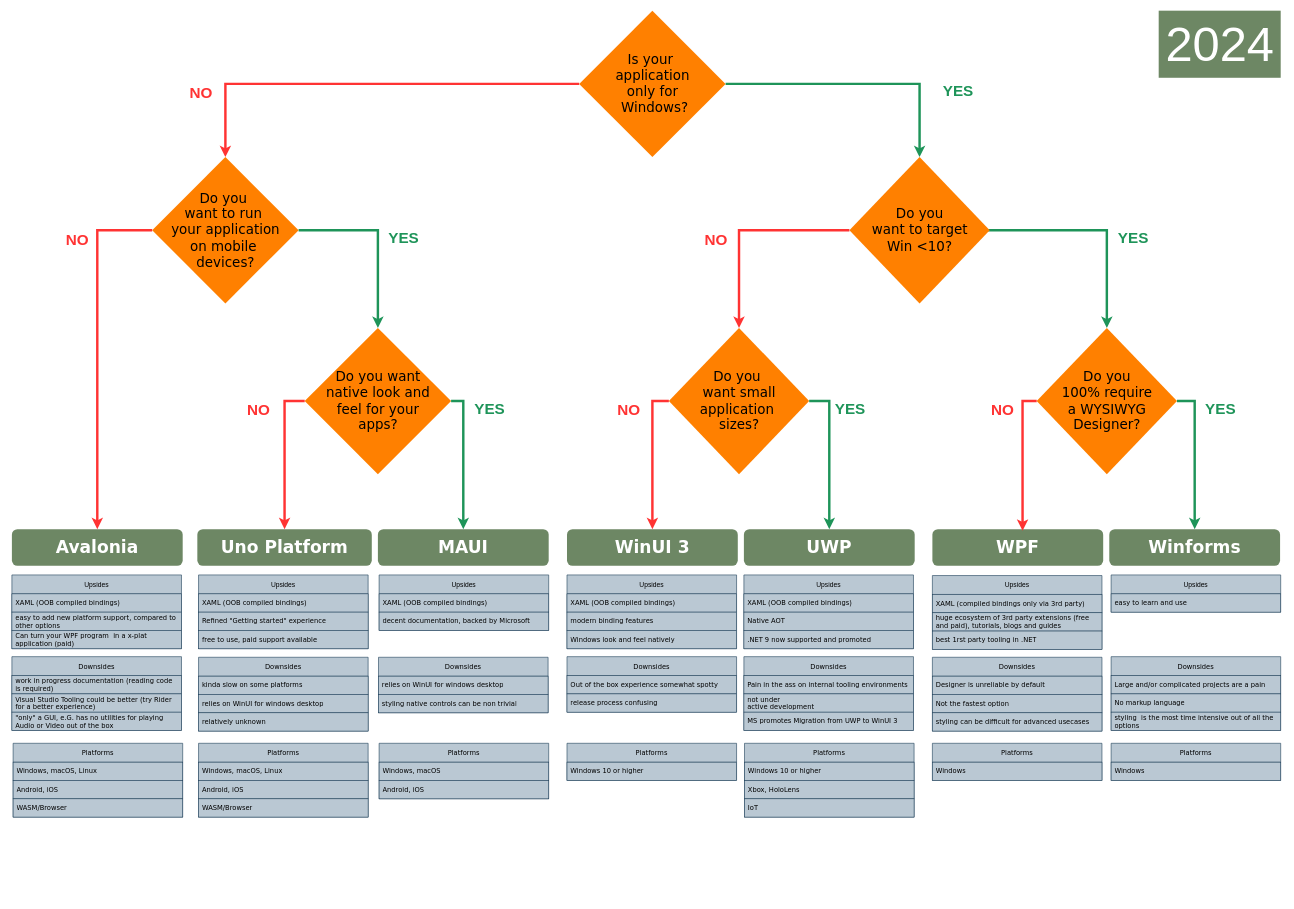
This is .net-gui-overview.drawio from Insire/diagrams, a draw.io file, before an edit. Source tidied: cells renumbered, new cells numbered last; positions are measured from the earlier drawing's top-left corner, leaving out a move shared by most shapes. Both pictures are drawn from the tidied source at 61%, with x=0, y=0 at pixel (12, 10).
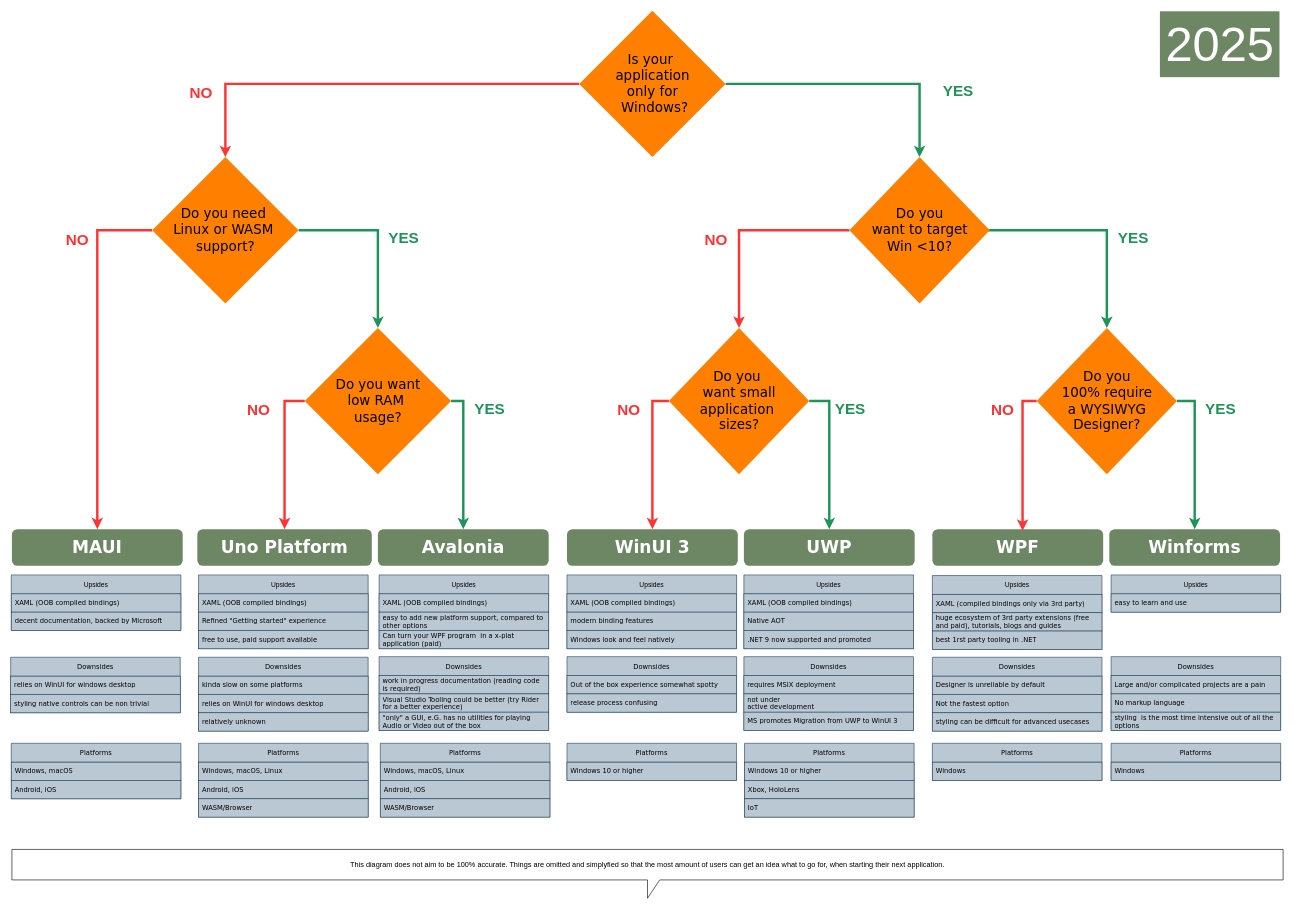
After the change.

The change refers to these unchanged cells:
```xml
<mxCell id="71" value="Downsides" style="swimlane;fontStyle=0;horizontal=1;startSize=31;whiteSpace=wrap;html=1;fontFamily=Verdana;fontSize=11;labelBackgroundColor=none;fillColor=#bac8d3;strokeColor=#23445d;" parent="1" vertex="1">
  <mxGeometry x="1200" y="1059" width="278" height="121" as="geometry" />
</mxCell>
```

Change to the diagram source:
```diff
@@
-    <mxCell id="4" value="&lt;div style=&quot;font-size: 28px;&quot;&gt;Avalonia&lt;/div&gt;" style="rounded=1;whiteSpace=wrap;html=1;fillColor=#6d8764;strokeColor=none;fontColor=#FFFFFF;fontFamily=Verdana;fontStyle=1;fontSize=28;" parent="1" vertex="1">
+    <mxCell id="4" value="MAUI" style="rounded=1;whiteSpace=wrap;html=1;fillColor=#6d8764;strokeColor=none;fontColor=#FFFFFF;fontFamily=Verdana;fontStyle=1;fontSize=28;" parent="1" vertex="1">
       <mxGeometry y="850" width="280" height="60" as="geometry" />
     </mxCell>
@@
-    <mxCell id="10" value="MAUI" style="rounded=1;whiteSpace=wrap;html=1;fillColor=#6d8764;strokeColor=none;fontColor=#ffffff;fontFamily=Verdana;fontStyle=1;align=center;verticalAlign=middle;fontSize=28;" parent="1" vertex="1">
+    <mxCell id="10" value="Avalonia" style="rounded=1;whiteSpace=wrap;html=1;fillColor=#6d8764;strokeColor=none;fontColor=#ffffff;fontFamily=Verdana;fontStyle=1;align=center;verticalAlign=middle;fontSize=28;" parent="1" vertex="1">
       <mxGeometry x="600" y="850" width="280" height="60" as="geometry" />
     </mxCell>
@@
-    <mxCell id="16" value="&lt;div&gt;Do you&amp;nbsp;&lt;/div&gt;&lt;div&gt;want to run&amp;nbsp;&lt;/div&gt;&lt;div&gt;your application&lt;/div&gt;&lt;div&gt; on mobile&amp;nbsp;&lt;/div&gt;&lt;div&gt;devices?&lt;/div&gt;" style="rhombus;html=1;fillColor=#FF8000;fontColor=#000000;strokeColor=none;fontStyle=0;fontFamily=Verdana;fontSize=22;align=center;verticalAlign=middle;spacingTop=0;spacing=2;" parent="1" vertex="1">
+    <mxCell id="16" value="&lt;div&gt;Do you need&amp;nbsp;&lt;/div&gt;&lt;div&gt;Linux or WASM&amp;nbsp;&lt;/div&gt;&lt;div&gt;support?&lt;br&gt;&lt;/div&gt;" style="rhombus;html=1;fillColor=#FF8000;fontColor=#000000;strokeColor=none;fontStyle=0;fontFamily=Verdana;fontSize=22;align=center;verticalAlign=middle;spacingTop=0;spacing=2;" parent="1" vertex="1">
       <mxGeometry x="230" y="240" width="240" height="240" as="geometry" />
     </mxCell>
@@
-    <mxCell id="20" value="Do you want&lt;br&gt;native look and&lt;br&gt;feel for your&lt;br&gt;apps?" style="rhombus;html=1;fillColor=#FF8000;fontColor=#000000;strokeColor=none;fontStyle=0;fontFamily=Verdana;fontSize=22;spacingTop=0;align=center;verticalAlign=middle;spacing=2;" parent="1" vertex="1">
+    <mxCell id="20" value="Do you want&lt;br&gt;&lt;div&gt;low RAM&amp;nbsp;&lt;/div&gt;&lt;div&gt;usage?&lt;/div&gt;" style="rhombus;html=1;fillColor=#FF8000;fontColor=#000000;strokeColor=none;fontStyle=0;fontFamily=Verdana;fontSize=22;spacingTop=0;align=center;verticalAlign=middle;spacing=2;" parent="1" vertex="1">
       <mxGeometry x="480" y="520" width="240" height="240" as="geometry" />
     </mxCell>
@@
     <mxCell id="42" value="Upsides" style="swimlane;fontStyle=0;horizontal=1;startSize=31;whiteSpace=wrap;html=1;fontFamily=Helvetica;fontSize=11;labelBackgroundColor=none;fillColor=#bac8d3;strokeColor=#23445d;" parent="1" vertex="1">
-      <mxGeometry x="602" y="925" width="278" height="91" as="geometry" />
+      <mxGeometry x="-1" y="925" width="278" height="91" as="geometry" />
     </mxCell>
@@
     <mxCell id="45" value="Downsides" style="swimlane;fontStyle=0;horizontal=1;startSize=31;whiteSpace=wrap;html=1;fontFamily=Verdana;fontSize=11;labelBackgroundColor=none;fillColor=#bac8d3;strokeColor=#23445d;" parent="1" vertex="1">
-      <mxGeometry x="601" y="1060" width="278" height="91" as="geometry" />
+      <mxGeometry x="-2" y="1060" width="278" height="91" as="geometry" />
     </mxCell>
@@
     <mxCell id="52" value="Upsides" style="swimlane;fontStyle=0;horizontal=1;startSize=31;whiteSpace=wrap;html=1;fontFamily=Helvetica;fontSize=11;labelBackgroundColor=none;fillColor=#bac8d3;strokeColor=#23445d;" parent="1" vertex="1">
-      <mxGeometry y="925" width="278" height="121" as="geometry" />
+      <mxGeometry x="602" y="925" width="278" height="121" as="geometry" />
     </mxCell>
@@
     <mxCell id="56" value="Downsides" style="swimlane;fontStyle=0;horizontal=1;startSize=31;whiteSpace=wrap;html=1;fontFamily=Verdana;fontSize=11;labelBackgroundColor=none;fillColor=#bac8d3;strokeColor=#23445d;" parent="1" vertex="1">
-      <mxGeometry y="1059" width="278" height="121" as="geometry" />
+      <mxGeometry x="602" y="1059" width="278" height="121" as="geometry" />
     </mxCell>
@@
-    <mxCell id="72" value="&lt;span&gt;Pain in the ass on internal tooling environments&lt;/span&gt;" style="text;strokeColor=#23445d;fillColor=#bac8d3;align=left;verticalAlign=middle;spacingLeft=4;spacingRight=4;overflow=hidden;whiteSpace=wrap;html=1;fontFamily=Verdana;fontSize=11;labelBackgroundColor=none;" parent="71" vertex="1">
+    <mxCell id="72" value="&lt;span&gt;requires MSIX deployment&lt;/span&gt;" style="text;strokeColor=#23445d;fillColor=#bac8d3;align=left;verticalAlign=middle;spacingLeft=4;spacingRight=4;overflow=hidden;whiteSpace=wrap;html=1;fontFamily=Verdana;fontSize=11;labelBackgroundColor=none;" parent="71" vertex="1">
       <mxGeometry y="31" width="278" height="30" as="geometry" />
     </mxCell>
@@
     <mxCell id="75" value="Platforms" style="swimlane;fontStyle=0;horizontal=1;startSize=31;whiteSpace=wrap;html=1;fontFamily=Verdana;fontSize=11;labelBackgroundColor=none;fillColor=#bac8d3;strokeColor=#23445d;" parent="1" vertex="1">
-      <mxGeometry x="2" y="1201" width="278" height="121" as="geometry" />
+      <mxGeometry x="604" y="1201" width="278" height="121" as="geometry" />
     </mxCell>
@@
     <mxCell id="104" value="Platforms" style="swimlane;fontStyle=0;horizontal=1;startSize=31;whiteSpace=wrap;html=1;fontFamily=Verdana;fontSize=11;labelBackgroundColor=none;fillColor=#bac8d3;strokeColor=#23445d;" parent="1" vertex="1">
-      <mxGeometry x="602" y="1201" width="278" height="91" as="geometry" />
+      <mxGeometry x="-1" y="1201" width="278" height="91" as="geometry" />
     </mxCell>
@@
-    <mxCell id="111" value="&lt;font style=&quot;font-size: 80px;&quot;&gt;2024&lt;/font&gt;" style="text;html=1;align=center;verticalAlign=middle;strokeColor=none;fillColor=#6D8764;fontColor=#FFFFFF;" parent="1" vertex="1">
-      <mxGeometry x="1880" width="200" height="110" as="geometry" />
+    <mxCell id="111" value="&lt;font style=&quot;font-size: 80px;&quot;&gt;2025&lt;/font&gt;" style="text;html=1;align=center;verticalAlign=middle;strokeColor=none;fillColor=#6D8764;fontColor=#FFFFFF;" parent="1" vertex="1">
+      <mxGeometry x="1882" y="1" width="196" height="108" as="geometry" />
     </mxCell>
+    <mxCell id="112" value="This diagram does not aim to be 100% accurate. Things are omitted and simplyfied so that the most amount of users can get an idea what to go for, when starting their next application. " style="shape=callout;whiteSpace=wrap;html=1;perimeter=calloutPerimeter;" parent="1" vertex="1">
+      <mxGeometry y="1375" width="2084" height="80" as="geometry" />
+    </mxCell>
```
